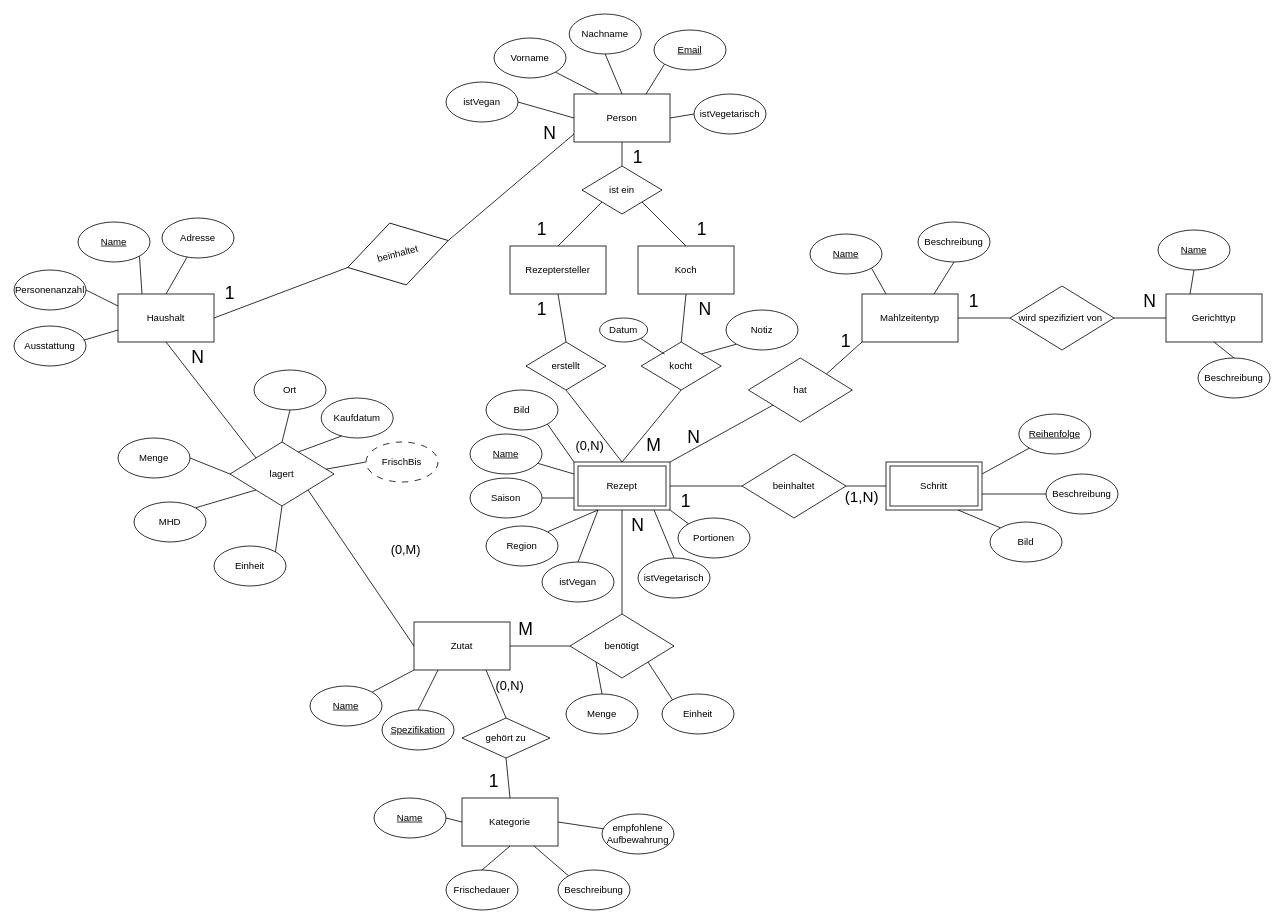
The draw.io diagram ERM_Rezeptdatenbank.drawio in yvesivo/datenbanken-kochbuch, before the edit. Source tidied: cells renumbered, new cells numbered last; positions are measured from the earlier drawing's top-left corner, leaving out a move shared by most shapes. Both pictures are drawn from the tidied source at 80%, with x=0, y=0 at pixel (14, 14).
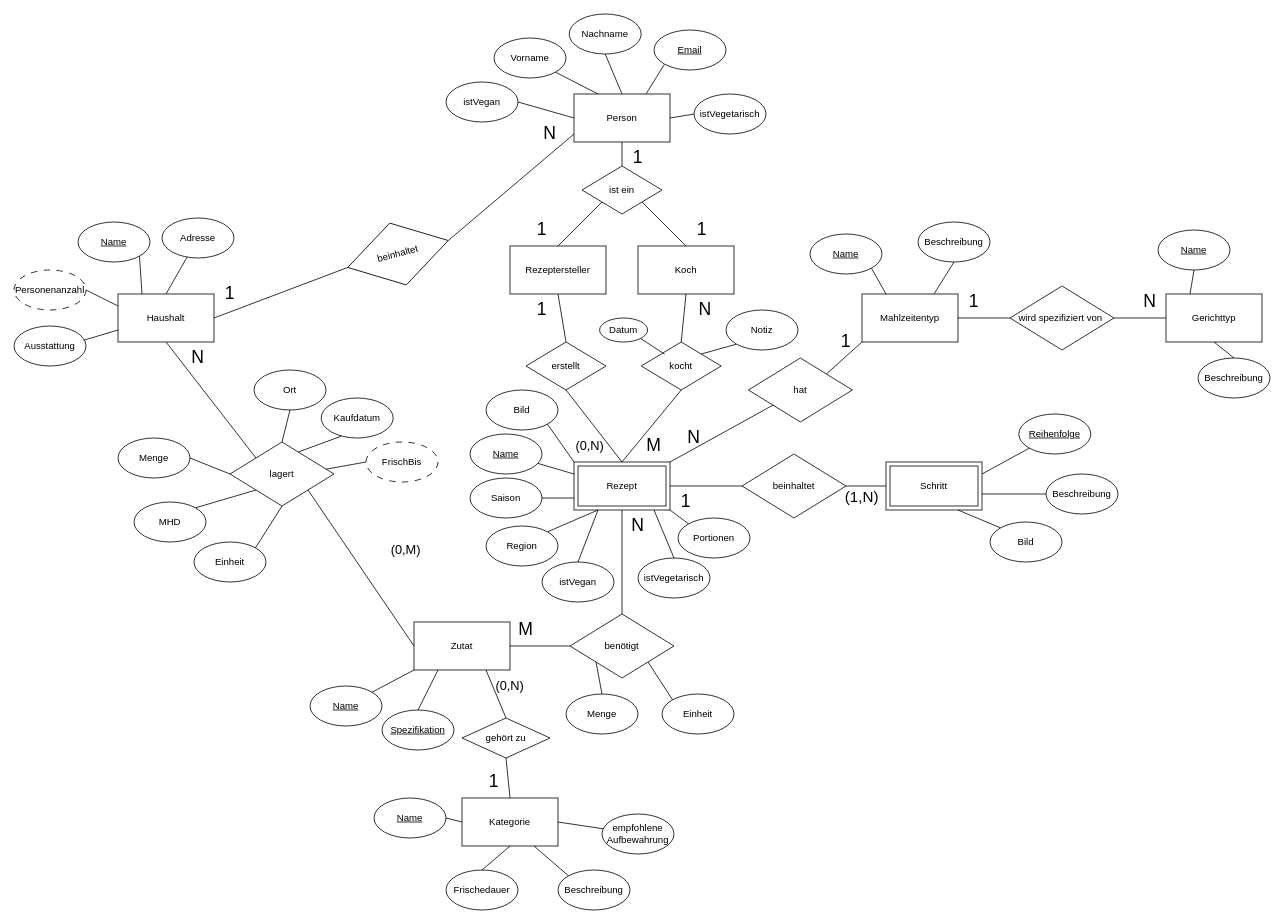
After the change.

Commit message (it also covers changes not shown here):
Change ERM and add frischbis

The edit, as a diff of the source:
```diff
@@
     <mxCell id="54" value="Einheit" style="ellipse;whiteSpace=wrap;html=1;shapeInside=1;" parent="1" vertex="1">
-      <mxGeometry x="250" y="665" width="90" height="50" as="geometry" />
+      <mxGeometry x="225" y="660" width="90" height="50" as="geometry" />
     </mxCell>
@@
-    <mxCell id="140" value="Personenanzahl" style="ellipse;whiteSpace=wrap;html=1;shapeInside=1;" parent="1" vertex="1">
+    <mxCell id="140" value="Personenanzahl" style="ellipse;whiteSpace=wrap;html=1;shapeInside=1;dashed=1;dashPattern=8 8;" parent="1" vertex="1">
       <mxGeometry y="320" width="90" height="50" as="geometry" />
     </mxCell>
```
